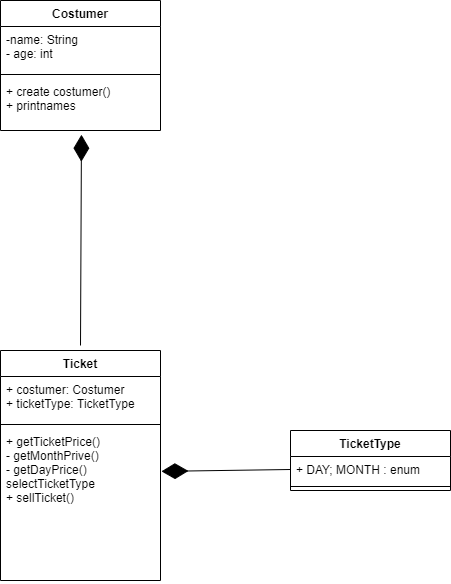
Before: ProjektDel3/UML/UML.png, a diagram exported from draw.io (deniselarsson/JavaSchoolAssignemnt). Source tidied: cells renumbered, new cells last; positions are measured from the earlier drawing's top-left corner, leaving out a move shared by most shapes.
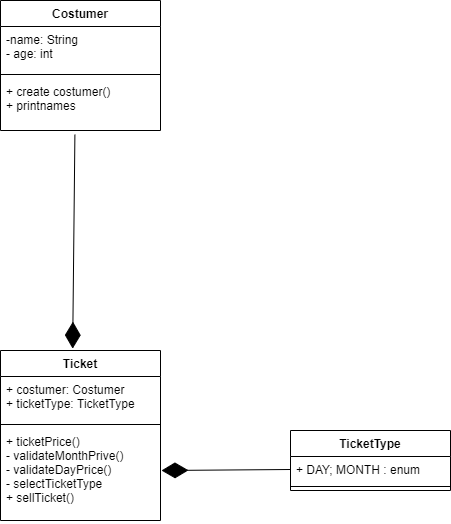
Later version of the same file.

Diff of the diagram source:
```diff
@@ -3,7 +3,7 @@
     <mxCell id="0" />
     <mxCell id="1" parent="0" />
     <mxCell id="2" value="Ticket" style="swimlane;fontStyle=1;align=center;verticalAlign=top;horizontal=1;startSize=26;" parent="1" vertex="1">
-      <mxGeometry y="350" width="160" height="230" as="geometry" />
+      <mxGeometry y="350" width="160" height="170" as="geometry" />
     </mxCell>
     <mxCell id="3" value="+ costumer: Costumer&#10;+ ticketType: TicketType" style="text;strokeColor=none;fillColor=none;align=left;verticalAlign=top;spacingLeft=4;spacingRight=4;overflow=hidden;" parent="2" vertex="1">
       <mxGeometry y="26" width="160" height="44" as="geometry" />
@@ -11,8 +11,8 @@
     <mxCell id="4" style="line;strokeWidth=1;fillColor=none;align=left;verticalAlign=middle;spacingTop=-1;spacingLeft=3;spacingRight=3;labelPosition=right;" parent="2" vertex="1">
       <mxGeometry y="70" width="160" height="8" as="geometry" />
     </mxCell>
-    <mxCell id="5" value="+ getTicketPrice()&#10;- getMonthPrive()&#10;- getDayPrice()&#10;selectTicketType&#10;+ sellTicket()&#10;" style="text;strokeColor=none;fillColor=none;align=left;verticalAlign=top;spacingLeft=4;spacingRight=4;overflow=hidden;points=[[0,0.5],[1,0.5]];portConstraint=eastwest;" parent="2" vertex="1">
-      <mxGeometry y="78" width="160" height="152" as="geometry" />
+    <mxCell id="5" value="+ ticketPrice()&#10;- validateMonthPrive()&#10;- validateDayPrice()&#10;- selectTicketType&#10;+ sellTicket()&#10;" style="text;strokeColor=none;fillColor=none;align=left;verticalAlign=top;spacingLeft=4;spacingRight=4;overflow=hidden;points=[[0,0.5],[1,0.5]];portConstraint=eastwest;" parent="2" vertex="1">
+      <mxGeometry y="78" width="160" height="92" as="geometry" />
     </mxCell>
     <mxCell id="6" value="Costumer" style="swimlane;fontStyle=1;align=center;verticalAlign=top;horizontal=1;startSize=26;" parent="1" vertex="1">
       <mxGeometry width="160" height="130" as="geometry" />
@@ -35,13 +35,13 @@
     <mxCell id="12" style="line;strokeWidth=1;fillColor=none;align=left;verticalAlign=middle;spacingTop=-1;spacingLeft=3;spacingRight=3;labelPosition=right;" parent="10" vertex="1">
       <mxGeometry y="52" width="160" height="8" as="geometry" />
     </mxCell>
-    <mxCell id="13" style="endArrow=diamondThin;endFill=1;endSize=24;html=1;exitX=0;exitY=0.5;exitDx=0;exitDy=0;entryX=1.006;entryY=0.282;entryDx=0;entryDy=0;entryPerimeter=0;" parent="1" edge="1" source="11" target="5">
-      <mxGeometry relative="1" as="geometry" />
+    <mxCell id="13" style="endArrow=diamondThin;endFill=1;endSize=24;html=1;exitX=0;exitY=0.5;exitDx=0;exitDy=0;" parent="1" edge="1" source="11">
+      <mxGeometry relative="1" as="geometry">
+        <mxPoint x="161" y="470" as="targetPoint" />
+      </mxGeometry>
     </mxCell>
-    <mxCell id="14" style="endArrow=diamondThin;endFill=1;endSize=24;html=1;entryX=0.506;entryY=1.081;entryDx=0;entryDy=0;entryPerimeter=0;" parent="1" edge="1" target="9">
-      <mxGeometry relative="1" as="geometry">
-        <mxPoint x="80" y="345" as="sourcePoint" />
-      </mxGeometry>
+    <mxCell id="14" style="endArrow=diamondThin;endFill=1;endSize=24;html=1;exitX=0.465;exitY=1.081;exitDx=0;exitDy=0;exitPerimeter=0;entryX=0.451;entryY=-0.011;entryDx=0;entryDy=0;entryPerimeter=0;" parent="1" edge="1" source="9" target="2">
+      <mxGeometry relative="1" as="geometry" />
     </mxCell>
   </root>
 </mxGraphModel>
```
